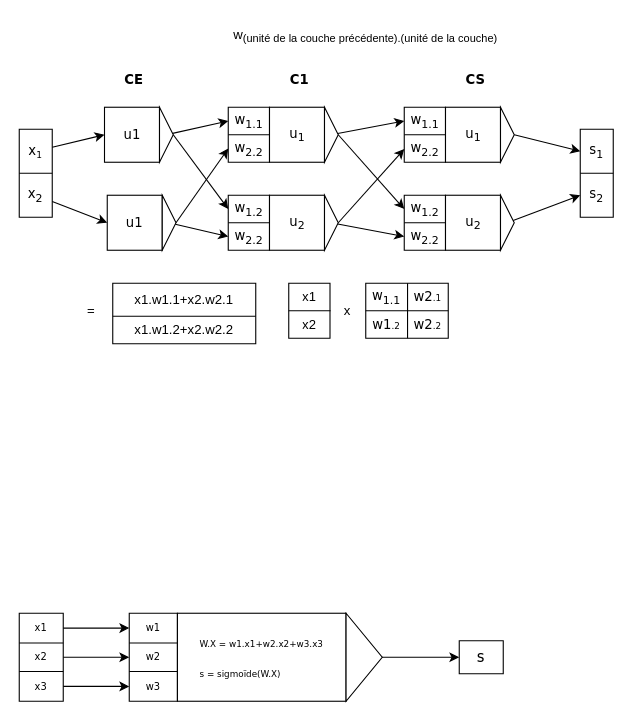
Earlier version of the draw.io diagram Diagramme sans nom.drawio (davidsillou/graph.io.graphs). Source tidied: cells renumbered, new cells numbered last; positions are measured from the earlier drawing's top-left corner, leaving out a move shared by most shapes. Both pictures are drawn from the tidied source at 110%, with x=0, y=0 at pixel (19, 19).
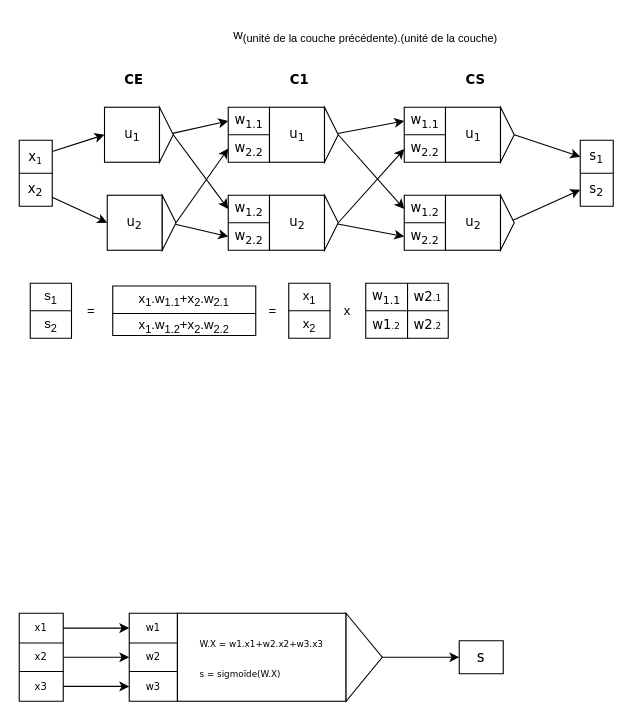
The same diagram, later.

Commit message (it also covers changes not shown here):
Mettre à jour Diagramme sans nom.drawio

The change refers to these unchanged cells:
```xml
<mxCell id="60" style="group;fontFamily=Verdana;" parent="1" vertex="1">
  <mxGeometry x="77.5" y="80" width="62.5" height="50" as="geometry" />
</mxCell>
<mxCell id="64" style="group;fontFamily=Verdana;" parent="1" vertex="1">
  <mxGeometry x="80" y="160" width="62.5" height="50" as="geometry" />
</mxCell>
<mxCell id="93" style="shape=tableRow;horizontal=0;startSize=0;swimlaneHead=0;swimlaneBody=0;strokeColor=inherit;top=0;left=0;bottom=0;right=0;fillColor=none;" parent="92" vertex="1">
  <mxGeometry width="37.5" height="25" as="geometry" />
</mxCell>
<mxCell id="95" style="shape=tableRow;horizontal=0;startSize=0;swimlaneHead=0;swimlaneBody=0;strokeColor=inherit;top=0;left=0;bottom=0;right=0;fillColor=none;" parent="92" vertex="1">
  <mxGeometry y="25" width="37.5" height="25" as="geometry" />
</mxCell>
```

Diff of the diagram source:
```diff
@@
     <mxCell id="52" style="shape=table;startSize=0;childLayout=tableLayout;fontFamily=Verdana;" parent="1" vertex="1">
-      <mxGeometry x="510" y="100" width="30" height="80" as="geometry" />
+      <mxGeometry x="510" y="110" width="30" height="60" as="geometry" />
     </mxCell>
     <mxCell id="53" style="shape=tableRow;horizontal=0;startSize=0;swimlaneHead=0;swimlaneBody=0;strokeColor=inherit;top=0;left=0;bottom=0;right=0;fillColor=none;points=[[0,0.5],[1,0.5]];portConstraint=eastwest;fontFamily=Verdana;" parent="52" vertex="1">
-      <mxGeometry width="30" height="40" as="geometry" />
+      <mxGeometry width="30" height="30" as="geometry" />
     </mxCell>
     <mxCell id="54" value="s&lt;sub&gt;1&lt;/sub&gt;" style="shape=partialRectangle;html=1;whiteSpace=wrap;strokeColor=inherit;overflow=hidden;fillColor=none;top=0;left=0;bottom=0;right=0;fontFamily=Verdana;" parent="53" vertex="1">
-      <mxGeometry width="30" height="40" as="geometry" />
+      <mxGeometry width="30" height="30" as="geometry" />
     </mxCell>
     <mxCell id="55" style="shape=tableRow;horizontal=0;startSize=0;swimlaneHead=0;swimlaneBody=0;strokeColor=inherit;top=0;left=0;bottom=0;right=0;fillColor=none;points=[[0,0.5],[1,0.5]];portConstraint=eastwest;fontFamily=Verdana;" parent="52" vertex="1">
-      <mxGeometry y="40" width="30" height="40" as="geometry" />
+      <mxGeometry y="30" width="30" height="30" as="geometry" />
     </mxCell>
     <mxCell id="56" value="s&lt;sub&gt;2&lt;/sub&gt;" style="shape=partialRectangle;html=1;whiteSpace=wrap;strokeColor=inherit;overflow=hidden;fillColor=none;top=0;left=0;bottom=0;right=0;fontFamily=Verdana;" parent="55" vertex="1">
-      <mxGeometry width="30" height="40" as="geometry" />
+      <mxGeometry width="30" height="30" as="geometry" />
     </mxCell>
@@
-    <mxCell id="61" value="u1" style="whiteSpace=wrap;html=1;fontFamily=Verdana;" parent="60" vertex="1">
+    <mxCell id="61" value="u&lt;sub&gt;1&lt;/sub&gt;" style="whiteSpace=wrap;html=1;fontFamily=Verdana;" parent="60" vertex="1">
       <mxGeometry width="50" height="50" as="geometry" />
     </mxCell>
@@
-    <mxCell id="65" value="u1" style="whiteSpace=wrap;html=1;fontFamily=Verdana;" parent="64" vertex="1">
+    <mxCell id="65" value="u&lt;sub&gt;2&lt;/sub&gt;" style="whiteSpace=wrap;html=1;fontFamily=Verdana;" parent="64" vertex="1">
       <mxGeometry width="50" height="50" as="geometry" />
     </mxCell>
@@
     <mxCell id="69" style="shape=table;startSize=0;childLayout=tableLayout;fontFamily=Verdana;" parent="1" vertex="1">
-      <mxGeometry y="100" width="30" height="80" as="geometry" />
+      <mxGeometry y="110" width="30" height="60" as="geometry" />
     </mxCell>
     <mxCell id="70" style="shape=tableRow;horizontal=0;startSize=0;swimlaneHead=0;swimlaneBody=0;strokeColor=inherit;top=0;left=0;bottom=0;right=0;fillColor=none;points=[[0,0.5],[1,0.5]];portConstraint=eastwest;fontFamily=Verdana;" parent="69" vertex="1">
-      <mxGeometry width="30" height="40" as="geometry" />
+      <mxGeometry width="30" height="30" as="geometry" />
     </mxCell>
     <mxCell id="71" value="x&lt;span style=&quot;font-size: 10px;&quot;&gt;&lt;sub&gt;1&lt;/sub&gt;&lt;/span&gt;" style="shape=partialRectangle;html=1;whiteSpace=wrap;strokeColor=inherit;overflow=hidden;fillColor=none;top=0;left=0;bottom=0;right=0;fontFamily=Verdana;" parent="70" vertex="1">
-      <mxGeometry width="30" height="40" as="geometry" />
+      <mxGeometry width="30" height="30" as="geometry" />
     </mxCell>
     <mxCell id="72" style="shape=tableRow;horizontal=0;startSize=0;swimlaneHead=0;swimlaneBody=0;strokeColor=inherit;top=0;left=0;bottom=0;right=0;fillColor=none;points=[[0,0.5],[1,0.5]];portConstraint=eastwest;fontFamily=Verdana;" parent="69" vertex="1">
-      <mxGeometry y="40" width="30" height="40" as="geometry" />
+      <mxGeometry y="30" width="30" height="30" as="geometry" />
     </mxCell>
     <mxCell id="73" value="x&lt;sub&gt;2&lt;/sub&gt;" style="shape=partialRectangle;html=1;whiteSpace=wrap;strokeColor=inherit;overflow=hidden;fillColor=none;top=0;left=0;bottom=0;right=0;fontFamily=Verdana;" parent="72" vertex="1">
-      <mxGeometry width="30" height="40" as="geometry" />
+      <mxGeometry width="30" height="30" as="geometry" />
     </mxCell>
@@
-    <mxCell id="94" value="x1" style="shape=partialRectangle;html=1;whiteSpace=wrap;strokeColor=inherit;overflow=hidden;fillColor=none;top=0;left=0;bottom=0;right=0;" parent="93" vertex="1">
+    <mxCell id="94" value="x&lt;sub&gt;1&lt;/sub&gt;" style="shape=partialRectangle;html=1;whiteSpace=wrap;strokeColor=inherit;overflow=hidden;fillColor=none;top=0;left=0;bottom=0;right=0;" parent="93" vertex="1">
       <mxGeometry width="38" height="25" as="geometry" />
     </mxCell>
@@
-    <mxCell id="96" value="x2" style="shape=partialRectangle;html=1;whiteSpace=wrap;strokeColor=inherit;overflow=hidden;fillColor=none;top=0;left=0;bottom=0;right=0;" parent="95" vertex="1">
+    <mxCell id="96" value="x&lt;sub&gt;2&lt;/sub&gt;" style="shape=partialRectangle;html=1;whiteSpace=wrap;strokeColor=inherit;overflow=hidden;fillColor=none;top=0;left=0;bottom=0;right=0;" parent="95" vertex="1">
       <mxGeometry width="38" height="25" as="geometry" />
     </mxCell>
@@
     <mxCell id="106" style="shape=table;startSize=0;childLayout=tableLayout;" parent="1" vertex="1">
-      <mxGeometry x="85" y="240" width="130" height="55" as="geometry" />
+      <mxGeometry x="85" y="242.5" width="130" height="45" as="geometry" />
     </mxCell>
     <mxCell id="107" style="shape=tableRow;horizontal=0;startSize=0;swimlaneHead=0;swimlaneBody=0;strokeColor=inherit;top=0;left=0;bottom=0;right=0;fillColor=none;" parent="106" vertex="1">
-      <mxGeometry width="130" height="30" as="geometry" />
+      <mxGeometry width="130" height="25" as="geometry" />
     </mxCell>
-    <mxCell id="108" value="x1.w1.1+x2.w2.1" style="shape=partialRectangle;html=1;whiteSpace=wrap;strokeColor=inherit;overflow=hidden;fillColor=none;top=0;left=0;bottom=0;right=0;" parent="107" vertex="1">
-      <mxGeometry width="130" height="30" as="geometry" />
+    <mxCell id="108" value="x&lt;sub&gt;1&lt;/sub&gt;.w&lt;sub&gt;1.1&lt;/sub&gt;+x&lt;sub&gt;2&lt;/sub&gt;.w&lt;sub&gt;2.1&lt;/sub&gt;" style="shape=partialRectangle;html=1;whiteSpace=wrap;strokeColor=inherit;overflow=hidden;fillColor=none;top=0;left=0;bottom=0;right=0;" parent="107" vertex="1">
+      <mxGeometry width="130" height="25" as="geometry" />
     </mxCell>
     <mxCell id="109" style="shape=tableRow;horizontal=0;startSize=0;swimlaneHead=0;swimlaneBody=0;strokeColor=inherit;top=0;left=0;bottom=0;right=0;fillColor=none;" parent="106" vertex="1">
-      <mxGeometry y="30" width="130" height="25" as="geometry" />
+      <mxGeometry y="25" width="130" height="20" as="geometry" />
     </mxCell>
-    <mxCell id="110" value="x1.w1.2+x2.w2.2" style="shape=partialRectangle;html=1;whiteSpace=wrap;strokeColor=inherit;overflow=hidden;fillColor=none;top=0;left=0;bottom=0;right=0;" parent="109" vertex="1">
-      <mxGeometry width="130" height="25" as="geometry" />
+    <mxCell id="110" value="x&lt;sub&gt;1&lt;/sub&gt;.w&lt;sub&gt;1.2&lt;/sub&gt;+x&lt;sub&gt;2&lt;/sub&gt;.w&lt;sub&gt;2.2&lt;/sub&gt;" style="shape=partialRectangle;html=1;whiteSpace=wrap;strokeColor=inherit;overflow=hidden;fillColor=none;top=0;left=0;bottom=0;right=0;" parent="109" vertex="1">
+      <mxGeometry width="130" height="20" as="geometry" />
     </mxCell>
@@
+    <mxCell id="112" style="shape=table;startSize=0;childLayout=tableLayout;" parent="1" vertex="1">
+      <mxGeometry x="10" y="240" width="37.5" height="50" as="geometry" />
+    </mxCell>
+    <mxCell id="113" style="shape=tableRow;horizontal=0;startSize=0;swimlaneHead=0;swimlaneBody=0;strokeColor=inherit;top=0;left=0;bottom=0;right=0;fillColor=none;" parent="112" vertex="1">
+      <mxGeometry width="37.5" height="25" as="geometry" />
+    </mxCell>
+    <mxCell id="114" value="s&lt;sub&gt;1&lt;/sub&gt;" style="shape=partialRectangle;html=1;whiteSpace=wrap;strokeColor=inherit;overflow=hidden;fillColor=none;top=0;left=0;bottom=0;right=0;" parent="113" vertex="1">
+      <mxGeometry width="38" height="25" as="geometry" />
+    </mxCell>
+    <mxCell id="115" style="shape=tableRow;horizontal=0;startSize=0;swimlaneHead=0;swimlaneBody=0;strokeColor=inherit;top=0;left=0;bottom=0;right=0;fillColor=none;" parent="112" vertex="1">
+      <mxGeometry y="25" width="37.5" height="25" as="geometry" />
+    </mxCell>
+    <mxCell id="116" value="s&lt;sub&gt;2&lt;/sub&gt;" style="shape=partialRectangle;html=1;whiteSpace=wrap;strokeColor=inherit;overflow=hidden;fillColor=none;top=0;left=0;bottom=0;right=0;" parent="115" vertex="1">
+      <mxGeometry width="38" height="25" as="geometry" />
+    </mxCell>
+    <mxCell id="117" value="=" style="text;html=1;align=center;verticalAlign=middle;strokeColor=none;fillColor=none;" parent="1" vertex="1">
+      <mxGeometry x="215" y="250" width="30" height="30" as="geometry" />
+    </mxCell>
```
